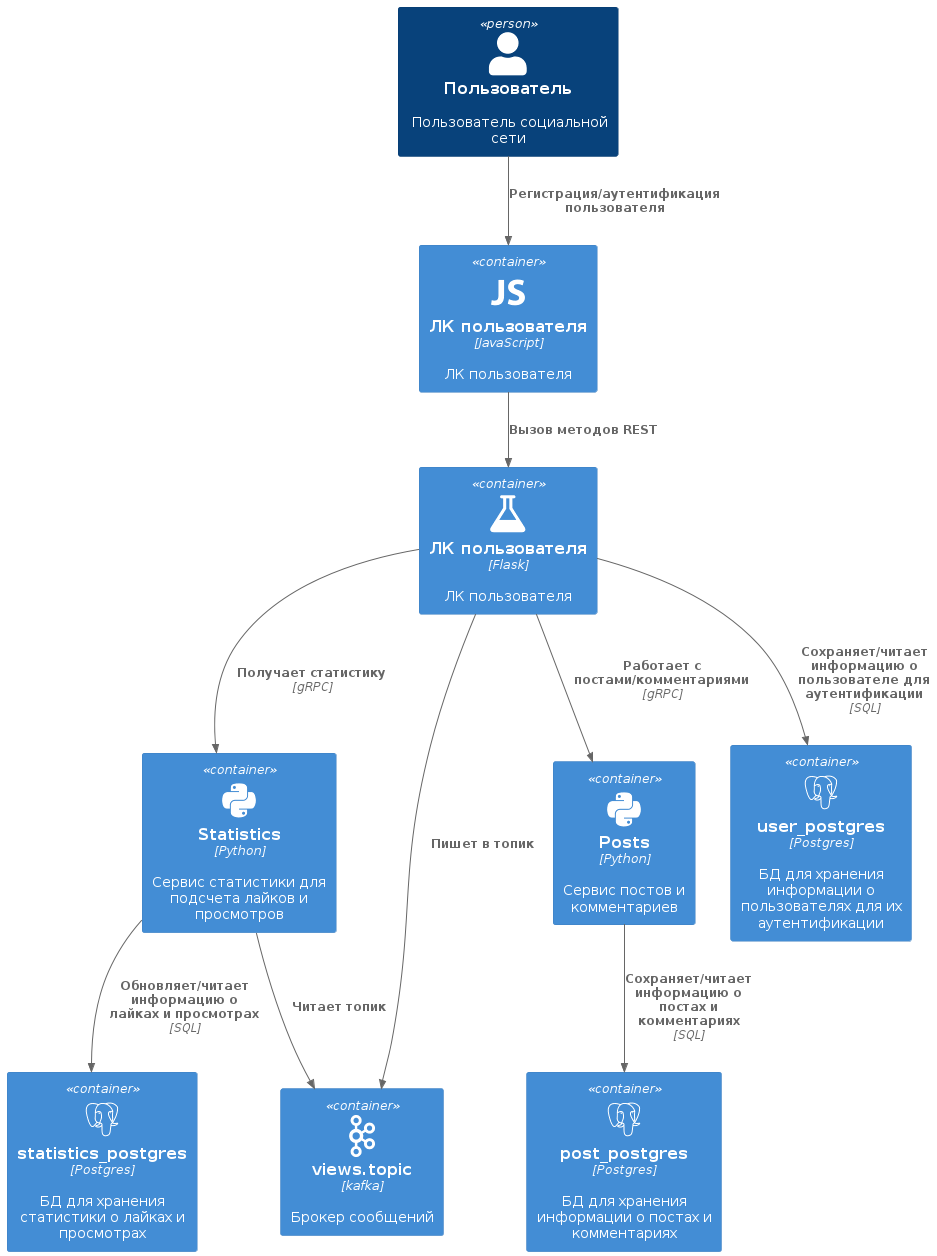
tonyaklm/system-project-soa keeps this PlantUML diagram as doc/c4-containers.png. Above is the earlier version.
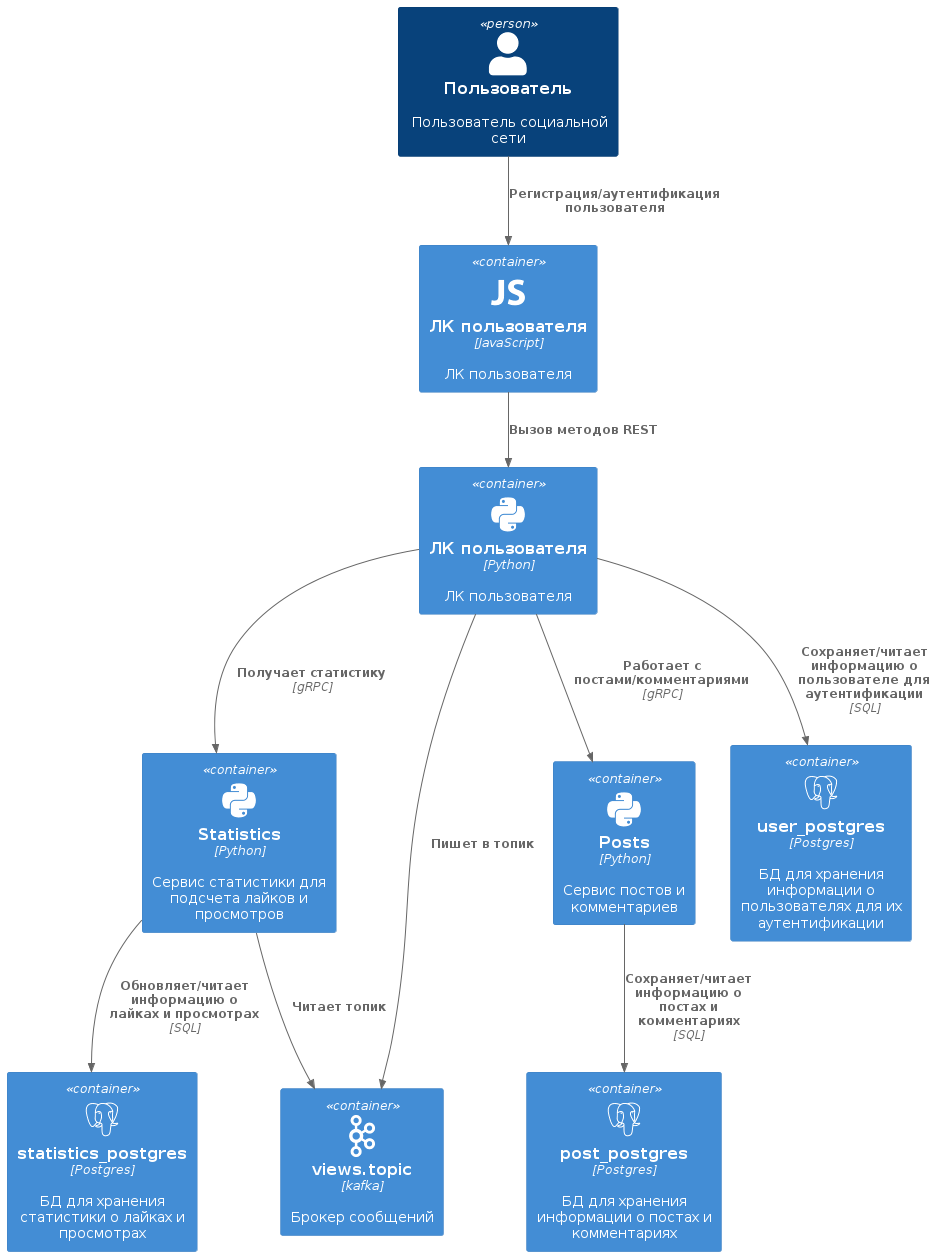
After the commit.

Diff of the diagram source:
```diff
@@ -3,9 +3,6 @@
 
 !define PYTHON https://raw.githubusercontent.com/tupadr3/plantuml-icon-font-sprites/master/devicons/python.puml
 !include PYTHON
-
-!define FLASK https://raw.githubusercontent.com/tupadr3/plantuml-icon-font-sprites/master/font-awesome/flask.puml
-!include FLASK
 
 !define JAVASCRIPT https://raw.githubusercontent.com/tupadr3/plantuml-icon-font-sprites/master/devicons/javascript.puml
 !include JAVASCRIPT
@@ -22,7 +19,7 @@
 Person(person, "Пользователь", "Пользователь социальной сети")
 
 Container(personal_account, "ЛК пользователя", "JavaScript", "ЛК пользователя", "javascript")
-Container(per_acc_backend, "ЛК пользователя", "Flask", "ЛК пользователя", "flask")
+Container(per_acc_backend, "ЛК пользователя", "Python", "ЛК пользователя", "python")
 
 Container(statistics_service, "Statistics","Python", "Сервис статистики для подсчета лайков и просмотров", "python")
 Container(post_service, "Posts","Python", "Сервис постов и комментариев", "python")
```
